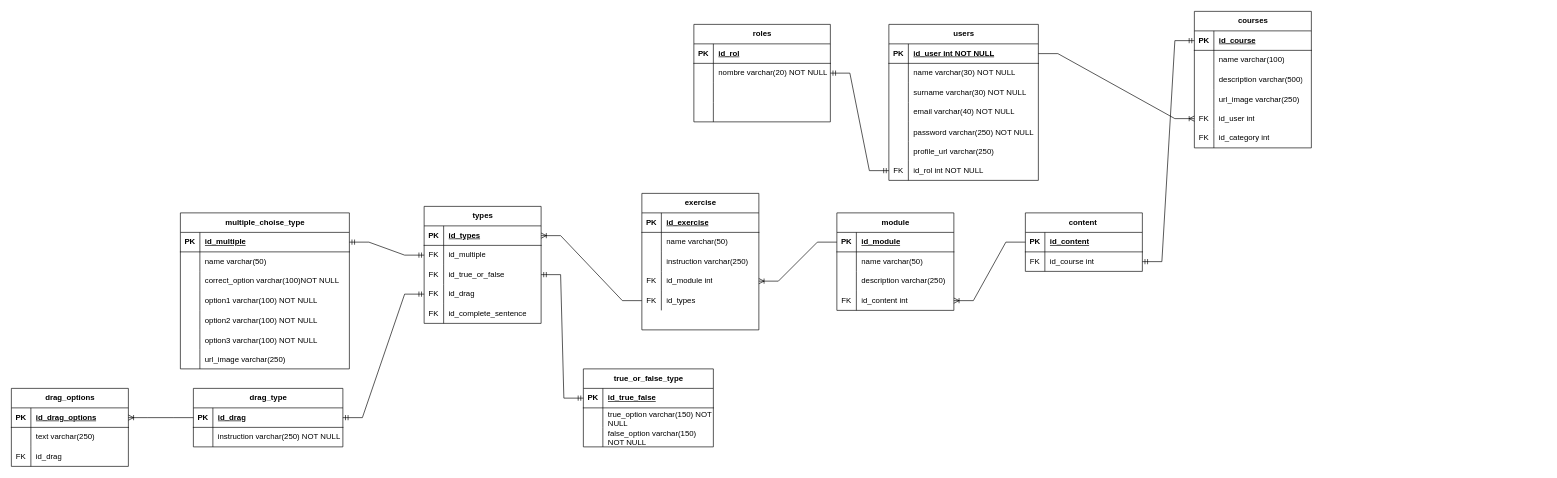
Above: DER.drawio in TommySosa/campus (draw.io), before the change. Source tidied: cells renumbered, new cells numbered last; positions are measured from the earlier drawing's top-left corner, leaving out a move shared by most shapes. Both pictures are drawn from the tidied source at 65%, with x=0, y=0 at pixel (11, 11).
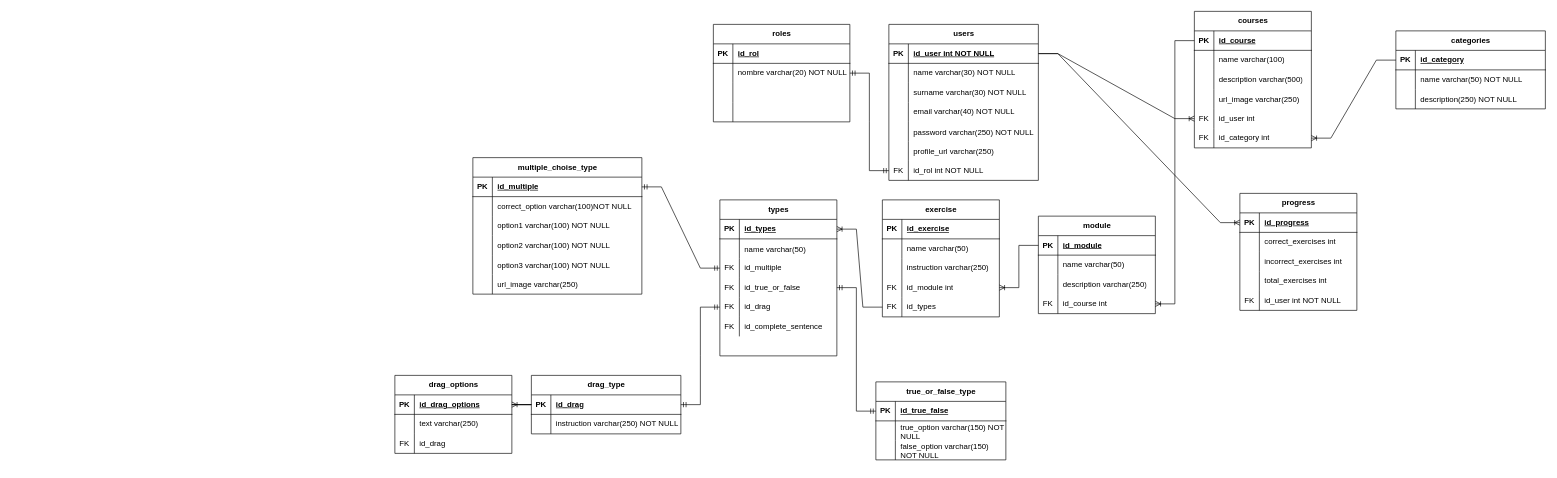
The same diagram, later.

The change refers to these unchanged cells:
```xml
<mxCell id="17" style="shape=tableRow;horizontal=0;startSize=0;swimlaneHead=0;swimlaneBody=0;fillColor=none;points=[[0,0.5],[1,0.5]];portConstraint=eastwest;top=0;left=0;right=0;bottom=1;" parent="16" vertex="1">
  <mxGeometry y="30" width="180" height="30" as="geometry" />
</mxCell>
<mxCell id="32" style="shape=tableRow;horizontal=0;startSize=0;swimlaneHead=0;swimlaneBody=0;fillColor=none;points=[[0,0.5],[1,0.5]];portConstraint=eastwest;top=0;left=0;right=0;bottom=0;" parent="16" vertex="1">
  <mxGeometry y="180" width="180" height="30" as="geometry" />
</mxCell>
<mxCell id="53" style="shape=tableRow;horizontal=0;startSize=0;swimlaneHead=0;swimlaneBody=0;fillColor=none;points=[[0,0.5],[1,0.5]];portConstraint=eastwest;top=0;left=0;right=0;bottom=0;" parent="43" vertex="1">
  <mxGeometry y="120" width="180" height="30" as="geometry" />
</mxCell>
<mxCell id="138" style="shape=tableRow;horizontal=0;startSize=0;swimlaneHead=0;swimlaneBody=0;fillColor=none;points=[[0,0.5],[1,0.5]];portConstraint=eastwest;top=0;left=0;right=0;bottom=1;" parent="137" vertex="1">
  <mxGeometry y="30" width="230" height="30" as="geometry" />
</mxCell>
```

Change to the diagram source:
```diff
@@
     <mxCell id="2" value="roles" style="shape=table;startSize=30;childLayout=tableLayout;rowLines=0;fontStyle=1;align=center;html=1;" parent="1" vertex="1">
-      <mxGeometry x="1050" y="20" width="210" height="150" as="geometry" />
+      <mxGeometry x="1080" y="20" width="210" height="150" as="geometry" />
     </mxCell>
@@
-    <mxCell id="36" value="content&amp;nbsp;" style="shape=table;startSize=30;childLayout=tableLayout;rowLines=0;fontStyle=1;align=center;html=1;" parent="1" vertex="1">
-      <mxGeometry x="1560" y="310" width="180" height="90" as="geometry" />
-    </mxCell>
-    <mxCell id="37" style="shape=tableRow;horizontal=0;startSize=0;swimlaneHead=0;swimlaneBody=0;fillColor=none;points=[[0,0.5],[1,0.5]];portConstraint=eastwest;top=0;left=0;right=0;bottom=1;" parent="36" vertex="1">
-      <mxGeometry y="30" width="180" height="30" as="geometry" />
-    </mxCell>
-    <mxCell id="38" value="PK" style="shape=partialRectangle;fillColor=none;top=0;left=0;bottom=0;right=0;fontStyle=1;overflow=hidden;whiteSpace=wrap;html=1;" parent="37" vertex="1">
-      <mxGeometry width="30" height="30" as="geometry" />
-    </mxCell>
-    <mxCell id="39" value="id_content" style="shape=partialRectangle;fillColor=none;top=0;left=0;bottom=0;right=0;align=left;spacingLeft=6;fontStyle=5;overflow=hidden;whiteSpace=wrap;html=1;" parent="37" vertex="1">
-      <mxGeometry x="30" width="150" height="30" as="geometry" />
-    </mxCell>
-    <mxCell id="40" style="shape=tableRow;horizontal=0;startSize=0;swimlaneHead=0;swimlaneBody=0;fillColor=none;points=[[0,0.5],[1,0.5]];portConstraint=eastwest;top=0;left=0;right=0;bottom=0;" parent="36" vertex="1">
-      <mxGeometry y="60" width="180" height="30" as="geometry" />
-    </mxCell>
-    <mxCell id="41" value="FK" style="shape=partialRectangle;fillColor=none;top=0;left=0;bottom=0;right=0;fontStyle=0;overflow=hidden;whiteSpace=wrap;html=1;" parent="40" vertex="1">
-      <mxGeometry width="30" height="30" as="geometry" />
-    </mxCell>
-    <mxCell id="42" value="id_course int&amp;nbsp;" style="shape=partialRectangle;fillColor=none;top=0;left=0;bottom=0;right=0;align=left;spacingLeft=6;fontStyle=0;overflow=hidden;whiteSpace=wrap;html=1;" parent="40" vertex="1">
-      <mxGeometry x="30" width="150" height="30" as="geometry" />
-    </mxCell>
     <mxCell id="43" value="module" style="shape=table;startSize=30;childLayout=tableLayout;rowLines=0;fontStyle=1;align=center;html=1;" parent="1" vertex="1">
-      <mxGeometry x="1270" y="310" width="180" height="150" as="geometry" />
+      <mxGeometry x="1580" y="315" width="180" height="150" as="geometry" />
     </mxCell>
@@
-    <mxCell id="55" value="id_content int&amp;nbsp;" style="shape=partialRectangle;fillColor=none;top=0;left=0;bottom=0;right=0;align=left;spacingLeft=6;fontStyle=0;overflow=hidden;whiteSpace=wrap;html=1;" parent="53" vertex="1">
+    <mxCell id="55" value="id_course int&amp;nbsp;" style="shape=partialRectangle;fillColor=none;top=0;left=0;bottom=0;right=0;align=left;spacingLeft=6;fontStyle=0;overflow=hidden;whiteSpace=wrap;html=1;" parent="53" vertex="1">
       <mxGeometry x="30" width="150" height="30" as="geometry" />
     </mxCell>
     <mxCell id="56" value="exercise" style="shape=table;startSize=30;childLayout=tableLayout;rowLines=0;fontStyle=1;align=center;html=1;" parent="1" vertex="1">
-      <mxGeometry x="970" y="280" width="180" height="210" as="geometry" />
+      <mxGeometry x="1340" y="290" width="180" height="180" as="geometry" />
     </mxCell>
@@
     <mxCell id="72" value="multiple_choise_type" style="shape=table;startSize=30;childLayout=tableLayout;rowLines=0;fontStyle=1;align=center;html=1;" parent="1" vertex="1">
-      <mxGeometry x="260" y="310" width="260" height="240" as="geometry" />
+      <mxGeometry x="710" y="225" width="260" height="210" as="geometry" />
     </mxCell>
@@
-    <mxCell id="76" style="shape=tableRow;horizontal=0;startSize=0;swimlaneHead=0;swimlaneBody=0;fillColor=none;top=0;left=0;right=0;bottom=0;" parent="72" vertex="1">
-      <mxGeometry y="60" width="260" height="30" as="geometry" />
-    </mxCell>
-    <mxCell id="77" style="shape=partialRectangle;fillColor=none;top=0;left=0;bottom=0;right=0;overflow=hidden;whiteSpace=wrap;html=1;" parent="76" vertex="1">
-      <mxGeometry width="30" height="30" as="geometry" />
-    </mxCell>
-    <mxCell id="78" value="name varchar(50)" style="shape=partialRectangle;fillColor=none;top=0;left=0;bottom=0;right=0;align=left;spacingLeft=6;overflow=hidden;whiteSpace=wrap;html=1;" parent="76" vertex="1">
-      <mxGeometry x="30" width="230" height="30" as="geometry" />
-    </mxCell>
     <mxCell id="79" style="shape=tableRow;horizontal=0;startSize=0;swimlaneHead=0;swimlaneBody=0;fillColor=none;top=0;left=0;right=0;bottom=0;" parent="72" vertex="1">
-      <mxGeometry y="90" width="260" height="30" as="geometry" />
+      <mxGeometry y="60" width="260" height="30" as="geometry" />
     </mxCell>
@@
     <mxCell id="82" style="shape=tableRow;horizontal=0;startSize=0;swimlaneHead=0;swimlaneBody=0;fillColor=none;top=0;left=0;right=0;bottom=0;" parent="72" vertex="1">
-      <mxGeometry y="120" width="260" height="30" as="geometry" />
+      <mxGeometry y="90" width="260" height="30" as="geometry" />
     </mxCell>
@@
     <mxCell id="85" style="shape=tableRow;horizontal=0;startSize=0;swimlaneHead=0;swimlaneBody=0;fillColor=none;top=0;left=0;right=0;bottom=0;" parent="72" vertex="1">
-      <mxGeometry y="150" width="260" height="30" as="geometry" />
+      <mxGeometry y="120" width="260" height="30" as="geometry" />
     </mxCell>
@@
     <mxCell id="88" style="shape=tableRow;horizontal=0;startSize=0;swimlaneHead=0;swimlaneBody=0;fillColor=none;top=0;left=0;right=0;bottom=0;" parent="72" vertex="1">
-      <mxGeometry y="180" width="260" height="30" as="geometry" />
+      <mxGeometry y="150" width="260" height="30" as="geometry" />
     </mxCell>
@@
     <mxCell id="91" style="shape=tableRow;horizontal=0;startSize=0;swimlaneHead=0;swimlaneBody=0;fillColor=none;top=0;left=0;right=0;bottom=0;" parent="72" vertex="1">
-      <mxGeometry y="210" width="260" height="30" as="geometry" />
+      <mxGeometry y="180" width="260" height="30" as="geometry" />
     </mxCell>
@@
     <mxCell id="94" value="types" style="shape=table;startSize=30;childLayout=tableLayout;rowLines=0;fontStyle=1;align=center;html=1;" parent="1" vertex="1">
-      <mxGeometry x="635" y="300" width="180" height="180" as="geometry" />
+      <mxGeometry x="1090" y="290" width="180" height="240" as="geometry" />
     </mxCell>
@@
+    <mxCell id="168" style="shape=tableRow;horizontal=0;startSize=0;swimlaneHead=0;swimlaneBody=0;fillColor=none;top=0;left=0;right=0;bottom=0;" parent="94" vertex="1">
+      <mxGeometry y="60" width="180" height="30" as="geometry" />
+    </mxCell>
+    <mxCell id="169" style="shape=partialRectangle;fillColor=none;top=0;left=0;bottom=0;right=0;overflow=hidden;" parent="168" vertex="1">
+      <mxGeometry width="30" height="30" as="geometry" />
+    </mxCell>
+    <mxCell id="78" value="name varchar(50) " style="shape=partialRectangle;fillColor=none;top=0;left=0;bottom=0;right=0;align=left;spacingLeft=6;overflow=hidden;" parent="168" vertex="1">
+      <mxGeometry x="30" width="150" height="30" as="geometry" />
+    </mxCell>
     <mxCell id="98" style="shape=tableRow;horizontal=0;startSize=0;swimlaneHead=0;swimlaneBody=0;fillColor=none;points=[[0,0.5],[1,0.5]];portConstraint=eastwest;top=0;left=0;right=0;bottom=0;" parent="94" vertex="1">
-      <mxGeometry y="60" width="180" height="30" as="geometry" />
+      <mxGeometry y="90" width="180" height="30" as="geometry" />
     </mxCell>
@@
     <mxCell id="101" style="shape=tableRow;horizontal=0;startSize=0;swimlaneHead=0;swimlaneBody=0;fillColor=none;points=[[0,0.5],[1,0.5]];portConstraint=eastwest;top=0;left=0;right=0;bottom=0;" parent="94" vertex="1">
-      <mxGeometry y="90" width="180" height="30" as="geometry" />
+      <mxGeometry y="120" width="180" height="30" as="geometry" />
     </mxCell>
@@
     <mxCell id="104" style="shape=tableRow;horizontal=0;startSize=0;swimlaneHead=0;swimlaneBody=0;fillColor=none;points=[[0,0.5],[1,0.5]];portConstraint=eastwest;top=0;left=0;right=0;bottom=0;" parent="94" vertex="1">
-      <mxGeometry y="120" width="180" height="30" as="geometry" />
+      <mxGeometry y="150" width="180" height="30" as="geometry" />
     </mxCell>
@@
     <mxCell id="107" style="shape=tableRow;horizontal=0;startSize=0;swimlaneHead=0;swimlaneBody=0;fillColor=none;top=0;left=0;right=0;bottom=0;" parent="94" vertex="1">
-      <mxGeometry y="150" width="180" height="30" as="geometry" />
+      <mxGeometry y="180" width="180" height="30" as="geometry" />
     </mxCell>
@@
     <mxCell id="110" value="true_or_false_type" style="shape=table;startSize=30;childLayout=tableLayout;rowLines=0;fontStyle=1;align=center;html=1;" parent="1" vertex="1">
-      <mxGeometry x="880" y="550" width="200" height="120" as="geometry" />
+      <mxGeometry x="1330" y="570" width="200" height="120" as="geometry" />
     </mxCell>
@@
     <mxCell id="120" value="drag_type" style="shape=table;startSize=30;childLayout=tableLayout;rowLines=0;fontStyle=1;align=center;html=1;" parent="1" vertex="1">
-      <mxGeometry x="280" y="580" width="230" height="90" as="geometry" />
+      <mxGeometry x="800" y="560" width="230" height="90" as="geometry" />
     </mxCell>
@@
     <mxCell id="127" value="drag_options" style="shape=table;startSize=30;childLayout=tableLayout;rowLines=0;fontStyle=1;align=center;html=1;" parent="1" vertex="1">
-      <mxGeometry y="580" width="180" height="120" as="geometry" />
+      <mxGeometry x="590" y="560" width="180" height="120" as="geometry" />
     </mxCell>
@@
-    <mxCell id="160" style="edgeStyle=entityRelationEdgeStyle;fontSize=12;html=1;endArrow=ERmandOne;startArrow=ERmandOne;rounded=0;entryX=0;entryY=0.5;entryDx=0;entryDy=0;exitX=1;exitY=0.5;exitDx=0;exitDy=0;" parent="1" edge="1" source="40" target="17">
-      <mxGeometry relative="1" as="geometry" />
-    </mxCell>
@@
-    <mxCell id="162" style="edgeStyle=entityRelationEdgeStyle;fontSize=12;html=1;endArrow=ERoneToMany;rounded=0;exitX=0;exitY=0.5;exitDx=0;exitDy=0;entryX=1;entryY=0.5;entryDx=0;entryDy=0;" parent="1" edge="1" source="37" target="53">
+    <mxCell id="162" style="edgeStyle=entityRelationEdgeStyle;fontSize=12;html=1;endArrow=ERoneToMany;rounded=0;exitX=0;exitY=0.5;exitDx=0;exitDy=0;entryX=1;entryY=0.5;entryDx=0;entryDy=0;" parent="1" edge="1" source="17" target="53">
       <mxGeometry relative="1" as="geometry" />
     </mxCell>
@@
+    <mxCell id="170" value="progress" style="shape=table;startSize=30;childLayout=tableLayout;rowLines=0;fontStyle=1;align=center;html=1;" parent="1" vertex="1">
+      <mxGeometry x="1890" y="280" width="180" height="180" as="geometry" />
+    </mxCell>
+    <mxCell id="37" style="shape=tableRow;horizontal=0;startSize=0;swimlaneHead=0;swimlaneBody=0;fillColor=none;points=[[0,0.5],[1,0.5]];portConstraint=eastwest;top=0;left=0;right=0;bottom=1;" parent="170" vertex="1">
+      <mxGeometry y="30" width="180" height="30" as="geometry" />
+    </mxCell>
+    <mxCell id="171" value="PK" style="shape=partialRectangle;fillColor=none;top=0;left=0;bottom=0;right=0;fontStyle=1;overflow=hidden;whiteSpace=wrap;html=1;" parent="37" vertex="1">
+      <mxGeometry width="30" height="30" as="geometry" />
+    </mxCell>
+    <mxCell id="172" value="id_progress" style="shape=partialRectangle;fillColor=none;top=0;left=0;bottom=0;right=0;align=left;spacingLeft=6;fontStyle=5;overflow=hidden;whiteSpace=wrap;html=1;" parent="37" vertex="1">
+      <mxGeometry x="30" width="150" height="30" as="geometry" />
+    </mxCell>
+    <mxCell id="173" style="shape=tableRow;horizontal=0;startSize=0;swimlaneHead=0;swimlaneBody=0;fillColor=none;top=0;left=0;right=0;bottom=0;" parent="170" vertex="1">
+      <mxGeometry y="60" width="180" height="30" as="geometry" />
+    </mxCell>
+    <mxCell id="174" style="shape=partialRectangle;fillColor=none;top=0;left=0;bottom=0;right=0;overflow=hidden;whiteSpace=wrap;html=1;" parent="173" vertex="1">
+      <mxGeometry width="30" height="30" as="geometry" />
+    </mxCell>
+    <mxCell id="175" value="correct_exercises int" style="shape=partialRectangle;fillColor=none;top=0;left=0;bottom=0;right=0;align=left;spacingLeft=6;overflow=hidden;whiteSpace=wrap;html=1;" parent="173" vertex="1">
+      <mxGeometry x="30" width="150" height="30" as="geometry" />
+    </mxCell>
+    <mxCell id="176" style="shape=tableRow;horizontal=0;startSize=0;swimlaneHead=0;swimlaneBody=0;fillColor=none;top=0;left=0;right=0;bottom=0;" parent="170" vertex="1">
+      <mxGeometry y="90" width="180" height="30" as="geometry" />
+    </mxCell>
+    <mxCell id="177" style="shape=partialRectangle;fillColor=none;top=0;left=0;bottom=0;right=0;overflow=hidden;whiteSpace=wrap;html=1;" parent="176" vertex="1">
+      <mxGeometry width="30" height="30" as="geometry" />
+    </mxCell>
+    <mxCell id="178" value="incorrect_exercises int&amp;nbsp;" style="shape=partialRectangle;fillColor=none;top=0;left=0;bottom=0;right=0;align=left;spacingLeft=6;overflow=hidden;whiteSpace=wrap;html=1;" parent="176" vertex="1">
+      <mxGeometry x="30" width="150" height="30" as="geometry" />
+    </mxCell>
+    <mxCell id="179" style="shape=tableRow;horizontal=0;startSize=0;swimlaneHead=0;swimlaneBody=0;fillColor=none;top=0;left=0;right=0;bottom=0;" parent="170" vertex="1">
+      <mxGeometry y="120" width="180" height="30" as="geometry" />
+    </mxCell>
+    <mxCell id="180" style="shape=partialRectangle;fillColor=none;top=0;left=0;bottom=0;right=0;overflow=hidden;whiteSpace=wrap;html=1;" parent="179" vertex="1">
+      <mxGeometry width="30" height="30" as="geometry" />
+    </mxCell>
+    <mxCell id="181" value="total_exercises int" style="shape=partialRectangle;fillColor=none;top=0;left=0;bottom=0;right=0;align=left;spacingLeft=6;overflow=hidden;whiteSpace=wrap;html=1;" parent="179" vertex="1">
+      <mxGeometry x="30" width="150" height="30" as="geometry" />
+    </mxCell>
+    <mxCell id="182" style="shape=tableRow;horizontal=0;startSize=0;swimlaneHead=0;swimlaneBody=0;fillColor=none;top=0;left=0;right=0;bottom=0;" parent="170" vertex="1">
+      <mxGeometry y="150" width="180" height="30" as="geometry" />
+    </mxCell>
+    <mxCell id="41" value="FK" style="shape=partialRectangle;fillColor=none;top=0;left=0;bottom=0;right=0;fontStyle=0;overflow=hidden;whiteSpace=wrap;html=1;" parent="182" vertex="1">
+      <mxGeometry width="30" height="30" as="geometry" />
+    </mxCell>
+    <mxCell id="183" value="id_user int NOT NULL" style="shape=partialRectangle;fillColor=none;top=0;left=0;bottom=0;right=0;align=left;spacingLeft=6;fontStyle=0;overflow=hidden;whiteSpace=wrap;html=1;" parent="182" vertex="1">
+      <mxGeometry x="30" width="150" height="30" as="geometry" />
+    </mxCell>
+    <mxCell id="184" style="edgeStyle=entityRelationEdgeStyle;fontSize=12;html=1;endArrow=ERoneToMany;rounded=0;exitX=1;exitY=0.5;exitDx=0;exitDy=0;entryX=0;entryY=0.5;entryDx=0;entryDy=0;" parent="1" edge="1" source="138" target="37">
+      <mxGeometry relative="1" as="geometry" />
+    </mxCell>
+    <mxCell id="185" value="categories" style="shape=table;startSize=30;childLayout=tableLayout;rowLines=0;fontStyle=1;align=center;html=1;" parent="1" vertex="1">
+      <mxGeometry x="2130" y="30" width="230" height="120" as="geometry" />
+    </mxCell>
+    <mxCell id="186" style="shape=tableRow;horizontal=0;startSize=0;swimlaneHead=0;swimlaneBody=0;fillColor=none;points=[[0,0.5],[1,0.5]];portConstraint=eastwest;top=0;left=0;right=0;bottom=1;" parent="185" vertex="1">
+      <mxGeometry y="30" width="230" height="30" as="geometry" />
+    </mxCell>
+    <mxCell id="187" value="PK" style="shape=partialRectangle;fillColor=none;top=0;left=0;bottom=0;right=0;fontStyle=1;overflow=hidden;whiteSpace=wrap;html=1;" parent="186" vertex="1">
+      <mxGeometry width="30" height="30" as="geometry" />
+    </mxCell>
+    <mxCell id="188" value="id_category" style="shape=partialRectangle;fillColor=none;top=0;left=0;bottom=0;right=0;align=left;spacingLeft=6;fontStyle=5;overflow=hidden;whiteSpace=wrap;html=1;" parent="186" vertex="1">
+      <mxGeometry x="30" width="200" height="30" as="geometry" />
+    </mxCell>
+    <mxCell id="189" style="shape=tableRow;horizontal=0;startSize=0;swimlaneHead=0;swimlaneBody=0;fillColor=none;top=0;left=0;right=0;bottom=0;" parent="185" vertex="1">
+      <mxGeometry y="60" width="230" height="30" as="geometry" />
+    </mxCell>
+    <mxCell id="190" style="shape=partialRectangle;fillColor=none;top=0;left=0;bottom=0;right=0;overflow=hidden;whiteSpace=wrap;html=1;" parent="189" vertex="1">
+      <mxGeometry width="30" height="30" as="geometry" />
+    </mxCell>
+    <mxCell id="191" value="name varchar(50) NOT NULL" style="shape=partialRectangle;fillColor=none;top=0;left=0;bottom=0;right=0;align=left;spacingLeft=6;overflow=hidden;whiteSpace=wrap;html=1;" parent="189" vertex="1">
+      <mxGeometry x="30" width="200" height="30" as="geometry" />
+    </mxCell>
+    <mxCell id="192" style="shape=tableRow;horizontal=0;startSize=0;swimlaneHead=0;swimlaneBody=0;fillColor=none;top=0;left=0;right=0;bottom=0;" parent="185" vertex="1">
+      <mxGeometry y="90" width="230" height="30" as="geometry" />
+    </mxCell>
+    <mxCell id="193" style="shape=partialRectangle;fillColor=none;top=0;left=0;bottom=0;right=0;overflow=hidden;" parent="192" vertex="1">
+      <mxGeometry width="30" height="30" as="geometry" />
+    </mxCell>
+    <mxCell id="194" value="description(250) NOT NULL" style="shape=partialRectangle;fillColor=none;top=0;left=0;bottom=0;right=0;align=left;spacingLeft=6;overflow=hidden;" parent="192" vertex="1">
+      <mxGeometry x="30" width="200" height="30" as="geometry" />
+    </mxCell>
+    <mxCell id="195" style="edgeStyle=entityRelationEdgeStyle;fontSize=12;html=1;endArrow=ERoneToMany;rounded=0;entryX=1;entryY=0.5;entryDx=0;entryDy=0;exitX=0;exitY=0.5;exitDx=0;exitDy=0;" parent="1" edge="1" source="186" target="32">
+      <mxGeometry relative="1" as="geometry" />
+    </mxCell>
```
